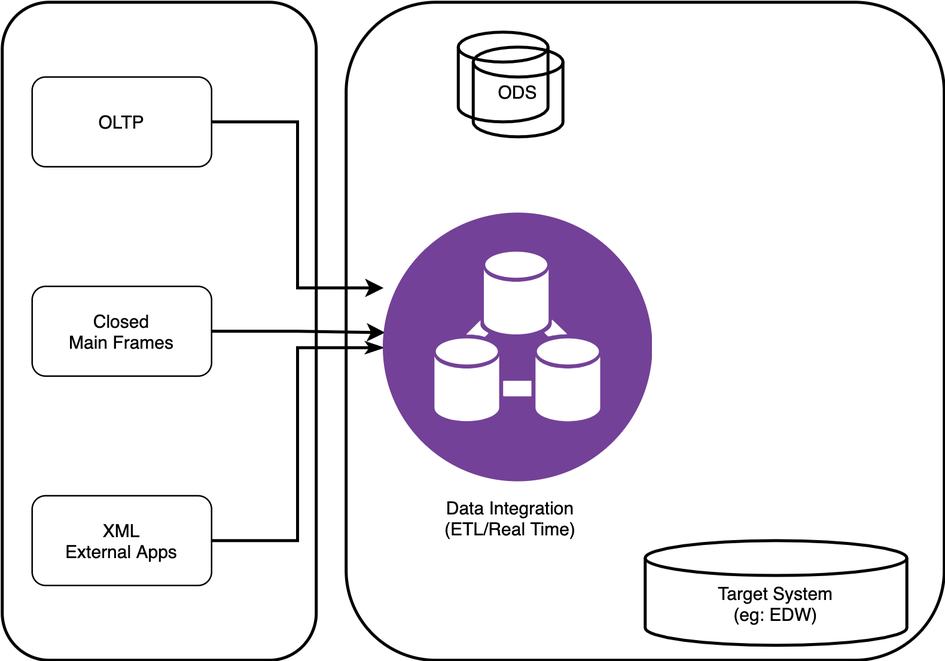
Before: images/Data Engineering Diagram.png, a diagram exported from draw.io (jagho-jcs/python-sample-data-pipeline). Source tidied: cells renumbered, new cells last; positions are measured from the earlier drawing's top-left corner, leaving out a move shared by most shapes.
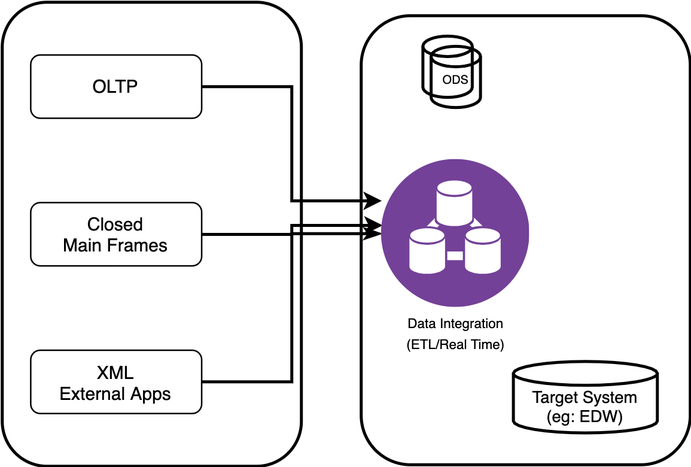
Later version of the same file.

Diff of the diagram source:
```diff
@@ -11,38 +11,41 @@
     <mxCell id="4" style="edgeStyle=orthogonalEdgeStyle;rounded=0;jettySize=auto;html=1;fontColor=#000000;strokeColor=#000000;strokeWidth=2;entryX=1;entryY=0.5;entryDx=0;entryDy=0;endArrow=none;endFill=0;startArrow=classicThin;startFill=1;" parent="1" edge="1" source="5" target="15">
       <mxGeometry relative="1" as="geometry" />
     </mxCell>
+    <mxCell id="16" style="group;" parent="1" vertex="1">
+      <mxGeometry x="240" y="9" width="220" height="300" as="geometry" />
+    </mxCell>
+    <mxCell id="9" style="whiteSpace=wrap;html=1;rounded=1;labelBackgroundColor=none;fontColor=#000000;fillColor=none;align=left;strokeWidth=2;" parent="16" vertex="1">
+      <mxGeometry width="220" height="300" as="geometry" />
+    </mxCell>
-    <mxCell id="5" style="perimeter=ellipsePerimeter;html=1;align=center;shadow=0;dashed=0;fontColor=#4277BB;labelBackgroundColor=#ffffff;fontSize=12;spacingTop=3;image;image=img/lib/ibm/analytics/data_integration.svg;rounded=0;fillColor=none;" parent="1" vertex="1">
-      <mxGeometry x="255" y="141" width="180" height="180" as="geometry" />
+    <mxCell id="5" style="perimeter=ellipsePerimeter;html=1;align=center;shadow=0;dashed=0;fontColor=#4277BB;labelBackgroundColor=#ffffff;fontSize=12;spacingTop=3;image;image=img/lib/ibm/analytics/data_integration.svg;rounded=0;fillColor=none;" parent="16" vertex="1">
+      <mxGeometry x="13.8" y="96.1" width="99" height="99" as="geometry" />
     </mxCell>
-    <mxCell id="6" value="Data Integration&lt;br&gt;(ETL/Real Time)" style="text;html=1;strokeColor=none;fillColor=none;align=center;verticalAlign=middle;whiteSpace=wrap;rounded=0;labelBackgroundColor=none;fontColor=#000000;" parent="1" vertex="1">
-      <mxGeometry x="270" y="330" width="140" height="30" as="geometry" />
+    <mxCell id="6" value="&lt;font style=&quot;font-size: 9px&quot;&gt;Data Integration&lt;br&gt;(ETL/Real Time)&lt;/font&gt;" style="text;html=1;strokeColor=none;fillColor=none;align=center;verticalAlign=middle;whiteSpace=wrap;rounded=0;labelBackgroundColor=none;fontColor=#000000;" parent="16" vertex="1">
+      <mxGeometry x="24.8" y="201" width="77" height="20.5" as="geometry" />
     </mxCell>
-    <mxCell id="7" style="strokeWidth=2;html=1;shape=mxgraph.flowchart.database;whiteSpace=wrap;rounded=0;labelBackgroundColor=none;fontColor=#000000;fillColor=none;align=left;" parent="1" vertex="1">
-      <mxGeometry x="305" y="20" width="60" height="60" as="geometry" />
+    <mxCell id="7" style="strokeWidth=2;html=1;shape=mxgraph.flowchart.database;whiteSpace=wrap;rounded=0;labelBackgroundColor=none;fontColor=#000000;fillColor=none;align=left;" parent="16" vertex="1">
+      <mxGeometry x="41.2" y="13.6" width="33" height="40.9" as="geometry" />
     </mxCell>
-    <mxCell id="8" value="ODS" style="strokeWidth=2;html=1;shape=mxgraph.flowchart.database;whiteSpace=wrap;rounded=0;labelBackgroundColor=none;fontColor=#000000;fillColor=none;align=center;" parent="1" vertex="1">
-      <mxGeometry x="315" y="30" width="60" height="60" as="geometry" />
+    <mxCell id="8" value="&lt;font style=&quot;font-size: 8px&quot;&gt;ODS&lt;/font&gt;" style="strokeWidth=2;html=1;shape=mxgraph.flowchart.database;whiteSpace=wrap;rounded=0;labelBackgroundColor=none;fontColor=#000000;fillColor=none;align=center;" parent="16" vertex="1">
+      <mxGeometry x="46.7" y="20.5" width="33" height="40.9" as="geometry" />
     </mxCell>
-    <mxCell id="9" style="whiteSpace=wrap;html=1;rounded=1;labelBackgroundColor=none;fontColor=#000000;fillColor=none;align=left;strokeWidth=2;" parent="1" vertex="1">
-      <mxGeometry x="230" width="400" height="440" as="geometry" />
-    </mxCell>
-    <mxCell id="10" value="&lt;div&gt;&lt;span&gt;&lt;br&gt;&lt;/span&gt;&lt;/div&gt;&lt;div&gt;&lt;span&gt;Target System&lt;/span&gt;&lt;/div&gt;&lt;div&gt;&lt;span&gt;(eg: EDW)&lt;/span&gt;&lt;/div&gt;" style="strokeWidth=2;html=1;shape=mxgraph.flowchart.database;whiteSpace=wrap;rounded=0;labelBackgroundColor=none;fontColor=#000000;fillColor=none;align=center;" parent="1" vertex="1">
-      <mxGeometry x="430" y="360" width="175" height="70" as="geometry" />
+    <mxCell id="10" value="&lt;div style=&quot;font-size: 11px&quot;&gt;&lt;font style=&quot;font-size: 11px&quot;&gt;&lt;br&gt;&lt;/font&gt;&lt;/div&gt;&lt;div style=&quot;font-size: 11px&quot;&gt;&lt;font style=&quot;font-size: 11px&quot;&gt;Target System&lt;/font&gt;&lt;/div&gt;&lt;div style=&quot;font-size: 11px&quot;&gt;&lt;font style=&quot;font-size: 11px&quot;&gt;(eg: EDW)&lt;/font&gt;&lt;/div&gt;" style="strokeWidth=2;html=1;shape=mxgraph.flowchart.database;whiteSpace=wrap;rounded=0;labelBackgroundColor=none;fontColor=#000000;fillColor=none;align=center;" parent="16" vertex="1">
+      <mxGeometry x="101.8" y="231" width="96.2" height="47.7" as="geometry" />
     </mxCell>
     <mxCell id="11" style="group;" parent="1" vertex="1">
-      <mxGeometry width="210" height="440" as="geometry" />
+      <mxGeometry width="200" height="310" as="geometry" />
     </mxCell>
     <mxCell id="12" style="whiteSpace=wrap;html=1;rounded=1;labelBackgroundColor=none;fontColor=#000000;fillColor=none;align=left;strokeWidth=2;" parent="11" vertex="1">
-      <mxGeometry width="210" height="440" as="geometry" />
+      <mxGeometry width="200" height="310" as="geometry" />
     </mxCell>
     <mxCell id="13" value="OLTP" style="rounded=1;whiteSpace=wrap;html=1;labelBackgroundColor=none;fontColor=#000000;align=center;fillColor=none;" parent="11" vertex="1">
-      <mxGeometry x="20" y="50" width="120" height="60" as="geometry" />
+      <mxGeometry x="19" y="35.2" width="114.3" height="42.3" as="geometry" />
     </mxCell>
     <mxCell id="14" value="Closed&lt;br&gt;Main Frames" style="rounded=1;whiteSpace=wrap;html=1;labelBackgroundColor=none;fontColor=#000000;align=center;fillColor=none;" parent="11" vertex="1">
-      <mxGeometry x="20" y="190" width="120" height="60" as="geometry" />
+      <mxGeometry x="19" y="133.9" width="114.3" height="42.3" as="geometry" />
     </mxCell>
     <mxCell id="15" value="XML&lt;br&gt;External Apps" style="rounded=1;whiteSpace=wrap;html=1;labelBackgroundColor=none;fontColor=#000000;align=center;fillColor=none;" parent="11" vertex="1">
-      <mxGeometry x="20" y="330" width="120" height="60" as="geometry" />
+      <mxGeometry x="19" y="232.5" width="114.3" height="42.3" as="geometry" />
     </mxCell>
   </root>
 </mxGraphModel>
```
